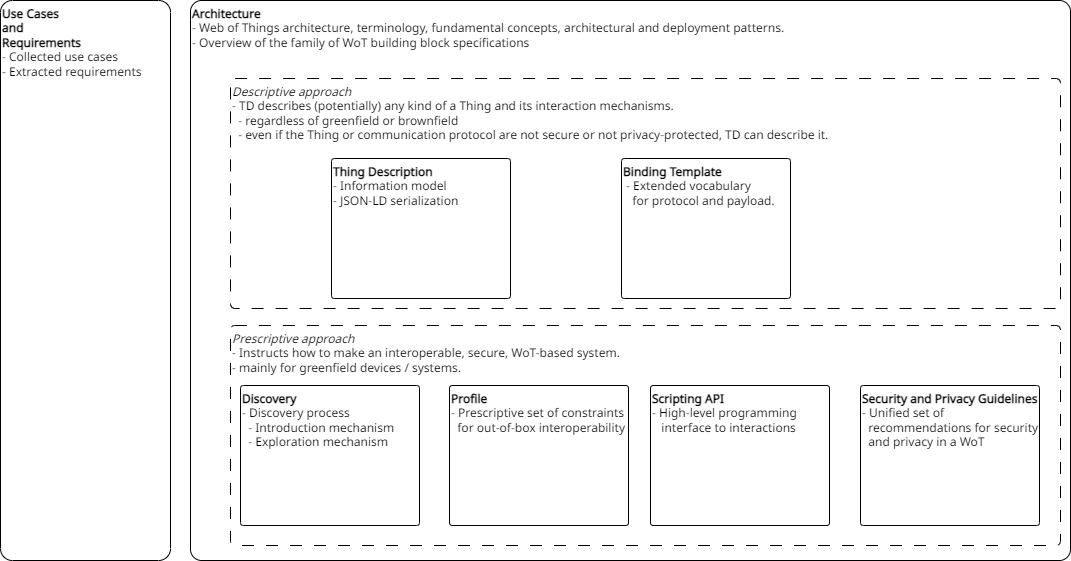
Above: images/specs.drawio.png in w3c/wot-charter-drafts (draw.io), before the change. Source tidied: cells renumbered, new cells last; positions are measured from the earlier drawing's top-left corner, leaving out a move shared by most shapes. The source it was exported from:
```xml
<mxGraphModel>
  <root>
    <mxCell id="0" />
    <mxCell id="1" parent="0" />
    <mxCell id="2" value="&lt;b&gt;Architecture&lt;br&gt;&lt;/b&gt;- Web of Things architecture, terminology, fundamental concepts, architectural and deployment patterns.&lt;br&gt;- Overview of the family of WoT building block specifications" style="rounded=1;html=1;arcSize=2;fillColor=none;align=left;verticalAlign=top;fontFamily=Noto Sans;fontSource=https%3A%2F%2Ffonts.googleapis.com%2Fcss%3Ffamily%3DNoto%2BSans;" parent="1" vertex="1">
      <mxGeometry x="190" width="880" height="560" as="geometry" />
    </mxCell>
    <mxCell id="3" value="&lt;i&gt;Descriptive approach&lt;br&gt;&lt;/i&gt;- TD describes (potentially) any kind of a Thing and its interaction mechanisms.&lt;br&gt;&amp;nbsp; - regardless of greenfield or brownfield&lt;br&gt;&amp;nbsp; - even if the Thing or communication protocol are not secure or not privacy-protected, TD can describe it." style="rounded=1;html=1;arcSize=2;fillColor=none;dashed=1;dashPattern=12 12;align=left;verticalAlign=top;fontFamily=Noto Sans;fontSource=https%3A%2F%2Ffonts.googleapis.com%2Fcss%3Ffamily%3DNoto%2BSans;" parent="1" vertex="1">
      <mxGeometry x="230" y="78" width="830" height="230" as="geometry" />
    </mxCell>
    <mxCell id="4" value="&lt;b&gt;Thing Description&lt;br&gt;&lt;/b&gt;- Information model&lt;br&gt;- JSON-LD serialization" style="rounded=1;html=1;arcSize=2;fillColor=none;align=left;verticalAlign=top;fontFamily=Noto Sans;fontSource=https%3A%2F%2Ffonts.googleapis.com%2Fcss%3Ffamily%3DNoto%2BSans;" parent="1" vertex="1">
      <mxGeometry x="331" y="158" width="179" height="140" as="geometry" />
    </mxCell>
    <mxCell id="5" value="&lt;b&gt;Binding Template&lt;br&gt;&lt;/b&gt;&amp;nbsp;- Extended vocabulary &lt;br&gt;&amp;nbsp; &amp;nbsp;for protocol and payload." style="rounded=1;html=1;arcSize=2;fillColor=none;align=left;verticalAlign=top;fontFamily=Noto Sans;fontSource=https%3A%2F%2Ffonts.googleapis.com%2Fcss%3Ffamily%3DNoto%2BSans;" parent="1" vertex="1">
      <mxGeometry x="621" y="158" width="169" height="140" as="geometry" />
    </mxCell>
    <mxCell id="6" value="&lt;b&gt;Use Cases&lt;br&gt;and&lt;br&gt;&lt;/b&gt;&lt;div style=&quot;&quot;&gt;&lt;span style=&quot;background-color: initial;&quot;&gt;&lt;b&gt;Requirements&lt;/b&gt;&lt;/span&gt;&lt;/div&gt;&lt;div style=&quot;&quot;&gt;&lt;span style=&quot;background-color: initial;&quot;&gt;- Collected use cases&lt;br&gt;&lt;/span&gt;&lt;/div&gt;&lt;div style=&quot;&quot;&gt;&lt;span style=&quot;background-color: initial;&quot;&gt;- Extracted requirements&lt;/span&gt;&lt;/div&gt;" style="rounded=1;html=1;arcSize=7;fillColor=none;align=left;verticalAlign=top;fontFamily=Noto Sans;fontSource=https%3A%2F%2Ffonts.googleapis.com%2Fcss%3Ffamily%3DNoto%2BSans;" parent="1" vertex="1">
      <mxGeometry width="170" height="560" as="geometry" />
    </mxCell>
    <mxCell id="7" value="&lt;i&gt;Prescriptive approach&lt;br&gt;&lt;/i&gt;- Instructs how to make an interoperable, secure, WoT-based system.&lt;br&gt;- mainly for greenfield devices / systems." style="rounded=1;html=1;arcSize=2;fillColor=none;dashed=1;dashPattern=12 12;verticalAlign=top;align=left;fontFamily=Noto Sans;fontSource=https%3A%2F%2Ffonts.googleapis.com%2Fcss%3Ffamily%3DNoto%2BSans;" parent="1" vertex="1">
      <mxGeometry x="230" y="325" width="830" height="220" as="geometry" />
    </mxCell>
    <mxCell id="8" value="&lt;b&gt;Discovery&lt;br&gt;&lt;/b&gt;- Discovery process&lt;br&gt;&amp;nbsp; - Introduction mechanism&lt;br&gt;&amp;nbsp; - Exploration mechanism" style="rounded=1;html=1;arcSize=2;fillColor=none;align=left;verticalAlign=top;fontFamily=Noto Sans;fontSource=https%3A%2F%2Ffonts.googleapis.com%2Fcss%3Ffamily%3DNoto%2BSans;" parent="1" vertex="1">
      <mxGeometry x="240" y="385" width="179" height="140" as="geometry" />
    </mxCell>
    <mxCell id="9" value="&lt;b&gt;Profile&lt;br&gt;&lt;/b&gt;- Prescriptive set of constraints &lt;br&gt;&amp;nbsp; for out-of-box interoperability" style="rounded=1;html=1;arcSize=2;fillColor=none;align=left;verticalAlign=top;fontFamily=Noto Sans;fontSource=https%3A%2F%2Ffonts.googleapis.com%2Fcss%3Ffamily%3DNoto%2BSans;" parent="1" vertex="1">
      <mxGeometry x="449" y="385" width="179" height="140" as="geometry" />
    </mxCell>
    <mxCell id="10" value="&lt;b&gt;Scripting API&lt;br&gt;&lt;/b&gt;- High-level programming &lt;br&gt;&amp;nbsp; &amp;nbsp;interface to interactions" style="rounded=1;html=1;arcSize=2;fillColor=none;align=left;verticalAlign=top;fontFamily=Noto Sans;fontSource=https%3A%2F%2Ffonts.googleapis.com%2Fcss%3Ffamily%3DNoto%2BSans;" parent="1" vertex="1">
      <mxGeometry x="650" y="385" width="179" height="140" as="geometry" />
    </mxCell>
    <mxCell id="11" value="&lt;b&gt;Security and Privacy Guidelines&lt;br&gt;&lt;/b&gt;- Unified set of&lt;br&gt;&amp;nbsp; recommendations for security&lt;br&gt;&amp;nbsp; and privacy in a WoT" style="rounded=1;html=1;arcSize=2;fillColor=none;align=left;verticalAlign=top;fontFamily=Noto Sans;fontSource=https%3A%2F%2Ffonts.googleapis.com%2Fcss%3Ffamily%3DNoto%2BSans;" parent="1" vertex="1">
      <mxGeometry x="860" y="385" width="179" height="140" as="geometry" />
    </mxCell>
  </root>
</mxGraphModel>
```
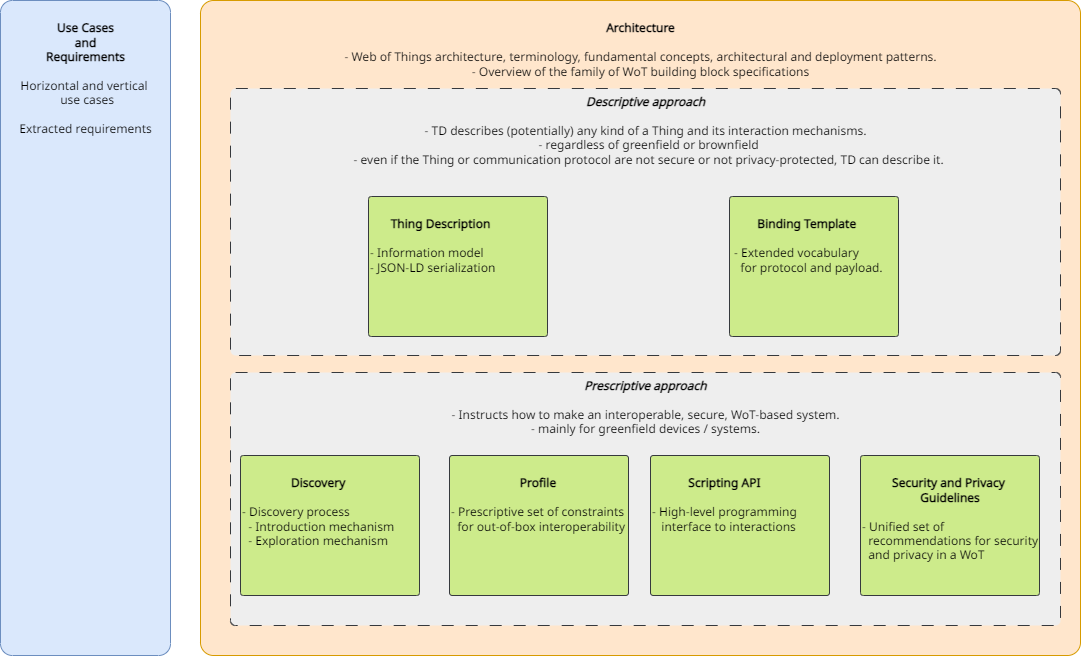
The same file after the commit.

Commit message:
update images based on mlagally's improvement

Change to the diagram source:
```diff
@@ -2,35 +2,35 @@
   <root>
     <mxCell id="0" />
     <mxCell id="1" parent="0" />
-    <mxCell id="2" value="&lt;b&gt;Architecture&lt;br&gt;&lt;/b&gt;- Web of Things architecture, terminology, fundamental concepts, architectural and deployment patterns.&lt;br&gt;- Overview of the family of WoT building block specifications" style="rounded=1;html=1;arcSize=2;fillColor=none;align=left;verticalAlign=top;fontFamily=Noto Sans;fontSource=https%3A%2F%2Ffonts.googleapis.com%2Fcss%3Ffamily%3DNoto%2BSans;" parent="1" vertex="1">
-      <mxGeometry x="190" width="880" height="560" as="geometry" />
+    <mxCell id="2" value="&lt;b&gt;&lt;br&gt;Architecture&lt;br&gt;&lt;br&gt;&lt;/b&gt;- Web of Things architecture, terminology, fundamental concepts, architectural and deployment patterns.&lt;br&gt;- Overview of the family of WoT building block specifications" style="rounded=1;html=1;arcSize=2;fillColor=#ffe6cc;align=center;verticalAlign=top;fontFamily=Noto Sans;fontSource=https%3A%2F%2Ffonts.googleapis.com%2Fcss%3Ffamily%3DNoto%2BSans;strokeColor=#d79b00;" parent="1" vertex="1">
+      <mxGeometry x="200" width="880" height="655" as="geometry" />
     </mxCell>
-    <mxCell id="3" value="&lt;i&gt;Descriptive approach&lt;br&gt;&lt;/i&gt;- TD describes (potentially) any kind of a Thing and its interaction mechanisms.&lt;br&gt;&amp;nbsp; - regardless of greenfield or brownfield&lt;br&gt;&amp;nbsp; - even if the Thing or communication protocol are not secure or not privacy-protected, TD can describe it." style="rounded=1;html=1;arcSize=2;fillColor=none;dashed=1;dashPattern=12 12;align=left;verticalAlign=top;fontFamily=Noto Sans;fontSource=https%3A%2F%2Ffonts.googleapis.com%2Fcss%3Ffamily%3DNoto%2BSans;" parent="1" vertex="1">
-      <mxGeometry x="230" y="78" width="830" height="230" as="geometry" />
+    <mxCell id="3" value="&lt;i&gt;&lt;b&gt;Descriptive approach&lt;br&gt;&lt;/b&gt;&lt;br&gt;&lt;/i&gt;- TD describes (potentially) any kind of a Thing and its interaction mechanisms.&lt;br&gt;&amp;nbsp; - regardless of greenfield or brownfield&lt;br&gt;&amp;nbsp; - even if the Thing or communication protocol are not secure or not privacy-protected, TD can describe it." style="rounded=1;html=1;arcSize=2;fillColor=#eeeeee;dashed=1;dashPattern=12 12;align=center;verticalAlign=top;fontFamily=Noto Sans;fontSource=https%3A%2F%2Ffonts.googleapis.com%2Fcss%3Ffamily%3DNoto%2BSans;strokeColor=#36393d;" parent="1" vertex="1">
+      <mxGeometry x="230" y="88" width="830" height="267" as="geometry" />
     </mxCell>
-    <mxCell id="4" value="&lt;b&gt;Thing Description&lt;br&gt;&lt;/b&gt;- Information model&lt;br&gt;- JSON-LD serialization" style="rounded=1;html=1;arcSize=2;fillColor=none;align=left;verticalAlign=top;fontFamily=Noto Sans;fontSource=https%3A%2F%2Ffonts.googleapis.com%2Fcss%3Ffamily%3DNoto%2BSans;" parent="1" vertex="1">
-      <mxGeometry x="331" y="158" width="179" height="140" as="geometry" />
+    <mxCell id="4" value="&lt;div style=&quot;&quot;&gt;&lt;div style=&quot;&quot;&gt;&lt;div style=&quot;&quot;&gt;&lt;div style=&quot;text-align: center;&quot;&gt;&lt;b&gt;&lt;span style=&quot;white-space: pre;&quot;&gt;&#9;&lt;/span&gt;&lt;/b&gt;&lt;/div&gt;&lt;div style=&quot;&quot;&gt;&lt;div style=&quot;&quot;&gt;&lt;div style=&quot;&quot;&gt;&lt;div style=&quot;text-align: center;&quot;&gt;&lt;b&gt;&amp;nbsp; &amp;nbsp; &amp;nbsp;Thing Description&lt;/b&gt;&lt;/div&gt;&lt;/div&gt;&lt;/div&gt;&lt;/div&gt;&lt;/div&gt;&lt;/div&gt;&lt;/div&gt;&lt;b&gt;&lt;br&gt;&lt;/b&gt;- Information model&lt;br&gt;- JSON-LD serialization" style="rounded=1;html=1;arcSize=2;fillColor=#cdeb8b;align=left;verticalAlign=top;fontFamily=Noto Sans;fontSource=https%3A%2F%2Ffonts.googleapis.com%2Fcss%3Ffamily%3DNoto%2BSans;strokeColor=#36393d;" parent="1" vertex="1">
+      <mxGeometry x="368" y="196" width="179" height="140" as="geometry" />
     </mxCell>
-    <mxCell id="5" value="&lt;b&gt;Binding Template&lt;br&gt;&lt;/b&gt;&amp;nbsp;- Extended vocabulary &lt;br&gt;&amp;nbsp; &amp;nbsp;for protocol and payload." style="rounded=1;html=1;arcSize=2;fillColor=none;align=left;verticalAlign=top;fontFamily=Noto Sans;fontSource=https%3A%2F%2Ffonts.googleapis.com%2Fcss%3Ffamily%3DNoto%2BSans;" parent="1" vertex="1">
-      <mxGeometry x="621" y="158" width="169" height="140" as="geometry" />
+    <mxCell id="5" value="&lt;div style=&quot;text-align: center;&quot;&gt;&lt;b&gt;&lt;br&gt;&lt;/b&gt;&lt;/div&gt;&lt;div style=&quot;text-align: center;&quot;&gt;&lt;b&gt;Binding Template&lt;/b&gt;&lt;/div&gt;&lt;b&gt;&lt;br&gt;&lt;/b&gt;&amp;nbsp;- Extended vocabulary &lt;br&gt;&amp;nbsp; &amp;nbsp;for protocol and payload." style="rounded=1;html=1;arcSize=2;fillColor=#cdeb8b;align=left;verticalAlign=top;fontFamily=Noto Sans;fontSource=https%3A%2F%2Ffonts.googleapis.com%2Fcss%3Ffamily%3DNoto%2BSans;strokeColor=#36393d;" parent="1" vertex="1">
+      <mxGeometry x="729" y="196" width="169" height="140" as="geometry" />
     </mxCell>
-    <mxCell id="6" value="&lt;b&gt;Use Cases&lt;br&gt;and&lt;br&gt;&lt;/b&gt;&lt;div style=&quot;&quot;&gt;&lt;span style=&quot;background-color: initial;&quot;&gt;&lt;b&gt;Requirements&lt;/b&gt;&lt;/span&gt;&lt;/div&gt;&lt;div style=&quot;&quot;&gt;&lt;span style=&quot;background-color: initial;&quot;&gt;- Collected use cases&lt;br&gt;&lt;/span&gt;&lt;/div&gt;&lt;div style=&quot;&quot;&gt;&lt;span style=&quot;background-color: initial;&quot;&gt;- Extracted requirements&lt;/span&gt;&lt;/div&gt;" style="rounded=1;html=1;arcSize=7;fillColor=none;align=left;verticalAlign=top;fontFamily=Noto Sans;fontSource=https%3A%2F%2Ffonts.googleapis.com%2Fcss%3Ffamily%3DNoto%2BSans;" parent="1" vertex="1">
-      <mxGeometry width="170" height="560" as="geometry" />
+    <mxCell id="6" value="&lt;b&gt;&lt;br&gt;Use Cases&lt;br&gt;and&lt;br&gt;&lt;/b&gt;&lt;div style=&quot;&quot;&gt;&lt;span style=&quot;background-color: initial;&quot;&gt;&lt;b&gt;Requirements&lt;/b&gt;&lt;/span&gt;&lt;/div&gt;&lt;div style=&quot;&quot;&gt;&lt;span style=&quot;background-color: initial;&quot;&gt;&lt;b&gt;&lt;br&gt;&lt;/b&gt;&lt;/span&gt;&lt;/div&gt;&lt;div style=&quot;&quot;&gt;&lt;span style=&quot;background-color: initial;&quot;&gt;Horizontal and vertical&amp;nbsp;&lt;/span&gt;&lt;/div&gt;&lt;div style=&quot;&quot;&gt;&lt;span style=&quot;background-color: initial;&quot;&gt;&amp;nbsp;use cases&lt;br&gt;&lt;/span&gt;&lt;/div&gt;&lt;div style=&quot;&quot;&gt;&lt;span style=&quot;background-color: initial;&quot;&gt;&lt;br&gt;&lt;/span&gt;&lt;/div&gt;&lt;div style=&quot;&quot;&gt;&lt;span style=&quot;background-color: initial;&quot;&gt;Extracted requirements&lt;/span&gt;&lt;/div&gt;" style="rounded=1;html=1;arcSize=7;fillColor=#dae8fc;align=center;verticalAlign=top;fontFamily=Noto Sans;fontSource=https%3A%2F%2Ffonts.googleapis.com%2Fcss%3Ffamily%3DNoto%2BSans;strokeColor=#6c8ebf;" parent="1" vertex="1">
+      <mxGeometry width="170" height="655" as="geometry" />
     </mxCell>
-    <mxCell id="7" value="&lt;i&gt;Prescriptive approach&lt;br&gt;&lt;/i&gt;- Instructs how to make an interoperable, secure, WoT-based system.&lt;br&gt;- mainly for greenfield devices / systems." style="rounded=1;html=1;arcSize=2;fillColor=none;dashed=1;dashPattern=12 12;verticalAlign=top;align=left;fontFamily=Noto Sans;fontSource=https%3A%2F%2Ffonts.googleapis.com%2Fcss%3Ffamily%3DNoto%2BSans;" parent="1" vertex="1">
-      <mxGeometry x="230" y="325" width="830" height="220" as="geometry" />
+    <mxCell id="7" value="&lt;i&gt;&lt;b&gt;Prescriptive approach&lt;br&gt;&lt;/b&gt;&lt;br&gt;&lt;/i&gt;- Instructs how to make an interoperable, secure, WoT-based system.&lt;br&gt;- mainly for greenfield devices / systems." style="rounded=1;html=1;arcSize=2;fillColor=#eeeeee;dashed=1;dashPattern=12 12;verticalAlign=top;align=center;fontFamily=Noto Sans;fontSource=https%3A%2F%2Ffonts.googleapis.com%2Fcss%3Ffamily%3DNoto%2BSans;strokeColor=#36393d;" parent="1" vertex="1">
+      <mxGeometry x="230" y="372" width="830" height="253" as="geometry" />
     </mxCell>
-    <mxCell id="8" value="&lt;b&gt;Discovery&lt;br&gt;&lt;/b&gt;- Discovery process&lt;br&gt;&amp;nbsp; - Introduction mechanism&lt;br&gt;&amp;nbsp; - Exploration mechanism" style="rounded=1;html=1;arcSize=2;fillColor=none;align=left;verticalAlign=top;fontFamily=Noto Sans;fontSource=https%3A%2F%2Ffonts.googleapis.com%2Fcss%3Ffamily%3DNoto%2BSans;" parent="1" vertex="1">
-      <mxGeometry x="240" y="385" width="179" height="140" as="geometry" />
+    <mxCell id="8" value="&lt;div style=&quot;text-align: center;&quot;&gt;&lt;b&gt;&lt;br&gt;&lt;/b&gt;&lt;/div&gt;&lt;div style=&quot;text-align: center;&quot;&gt;&lt;b&gt;Discovery&lt;/b&gt;&lt;/div&gt;&lt;b&gt;&lt;br&gt;&lt;/b&gt;- Discovery process&lt;br&gt;&amp;nbsp; - Introduction mechanism&lt;br&gt;&amp;nbsp; - Exploration mechanism" style="rounded=1;html=1;arcSize=2;fillColor=#cdeb8b;align=left;verticalAlign=top;fontFamily=Noto Sans;fontSource=https%3A%2F%2Ffonts.googleapis.com%2Fcss%3Ffamily%3DNoto%2BSans;strokeColor=#36393d;" parent="1" vertex="1">
+      <mxGeometry x="240" y="455" width="179" height="140" as="geometry" />
     </mxCell>
-    <mxCell id="9" value="&lt;b&gt;Profile&lt;br&gt;&lt;/b&gt;- Prescriptive set of constraints &lt;br&gt;&amp;nbsp; for out-of-box interoperability" style="rounded=1;html=1;arcSize=2;fillColor=none;align=left;verticalAlign=top;fontFamily=Noto Sans;fontSource=https%3A%2F%2Ffonts.googleapis.com%2Fcss%3Ffamily%3DNoto%2BSans;" parent="1" vertex="1">
-      <mxGeometry x="449" y="385" width="179" height="140" as="geometry" />
+    <mxCell id="9" value="&lt;div style=&quot;text-align: center;&quot;&gt;&lt;b&gt;&lt;br&gt;&lt;/b&gt;&lt;/div&gt;&lt;div style=&quot;text-align: center;&quot;&gt;&lt;b&gt;Profile&lt;/b&gt;&lt;/div&gt;&lt;b&gt;&lt;br&gt;&lt;/b&gt;- Prescriptive set of constraints &lt;br&gt;&amp;nbsp; for out-of-box interoperability" style="rounded=1;html=1;arcSize=2;fillColor=#cdeb8b;align=left;verticalAlign=top;fontFamily=Noto Sans;fontSource=https%3A%2F%2Ffonts.googleapis.com%2Fcss%3Ffamily%3DNoto%2BSans;strokeColor=#36393d;" parent="1" vertex="1">
+      <mxGeometry x="449" y="455" width="179" height="140" as="geometry" />
     </mxCell>
-    <mxCell id="10" value="&lt;b&gt;Scripting API&lt;br&gt;&lt;/b&gt;- High-level programming &lt;br&gt;&amp;nbsp; &amp;nbsp;interface to interactions" style="rounded=1;html=1;arcSize=2;fillColor=none;align=left;verticalAlign=top;fontFamily=Noto Sans;fontSource=https%3A%2F%2Ffonts.googleapis.com%2Fcss%3Ffamily%3DNoto%2BSans;" parent="1" vertex="1">
-      <mxGeometry x="650" y="385" width="179" height="140" as="geometry" />
+    <mxCell id="10" value="&lt;div style=&quot;text-align: center;&quot;&gt;&lt;b&gt;&lt;br&gt;&lt;/b&gt;&lt;/div&gt;&lt;div style=&quot;text-align: center;&quot;&gt;&lt;b&gt;Scripting API&lt;/b&gt;&lt;/div&gt;&lt;b&gt;&lt;br&gt;&lt;/b&gt;- High-level programming &lt;br&gt;&amp;nbsp; &amp;nbsp;interface to interactions" style="rounded=1;html=1;arcSize=2;fillColor=#cdeb8b;align=left;verticalAlign=top;fontFamily=Noto Sans;fontSource=https%3A%2F%2Ffonts.googleapis.com%2Fcss%3Ffamily%3DNoto%2BSans;strokeColor=#36393d;" parent="1" vertex="1">
+      <mxGeometry x="650" y="455" width="179" height="140" as="geometry" />
     </mxCell>
-    <mxCell id="11" value="&lt;b&gt;Security and Privacy Guidelines&lt;br&gt;&lt;/b&gt;- Unified set of&lt;br&gt;&amp;nbsp; recommendations for security&lt;br&gt;&amp;nbsp; and privacy in a WoT" style="rounded=1;html=1;arcSize=2;fillColor=none;align=left;verticalAlign=top;fontFamily=Noto Sans;fontSource=https%3A%2F%2Ffonts.googleapis.com%2Fcss%3Ffamily%3DNoto%2BSans;" parent="1" vertex="1">
-      <mxGeometry x="860" y="385" width="179" height="140" as="geometry" />
+    <mxCell id="11" value="&lt;div style=&quot;text-align: center;&quot;&gt;&lt;b&gt;&lt;br&gt;&lt;/b&gt;&lt;/div&gt;&lt;div style=&quot;text-align: center;&quot;&gt;&lt;b&gt;Security and Privacy&amp;nbsp;&lt;/b&gt;&lt;/div&gt;&lt;b&gt;&lt;div style=&quot;text-align: center;&quot;&gt;&lt;b&gt;Guidelines&lt;/b&gt;&lt;/div&gt;&lt;br&gt;&lt;/b&gt;- Unified set of&lt;br&gt;&amp;nbsp; recommendations for security&lt;br&gt;&amp;nbsp; and privacy in a WoT" style="rounded=1;html=1;arcSize=2;fillColor=#cdeb8b;align=left;verticalAlign=top;fontFamily=Noto Sans;fontSource=https%3A%2F%2Ffonts.googleapis.com%2Fcss%3Ffamily%3DNoto%2BSans;strokeColor=#36393d;" parent="1" vertex="1">
+      <mxGeometry x="860" y="455" width="179" height="140" as="geometry" />
     </mxCell>
   </root>
 </mxGraphModel>
```
